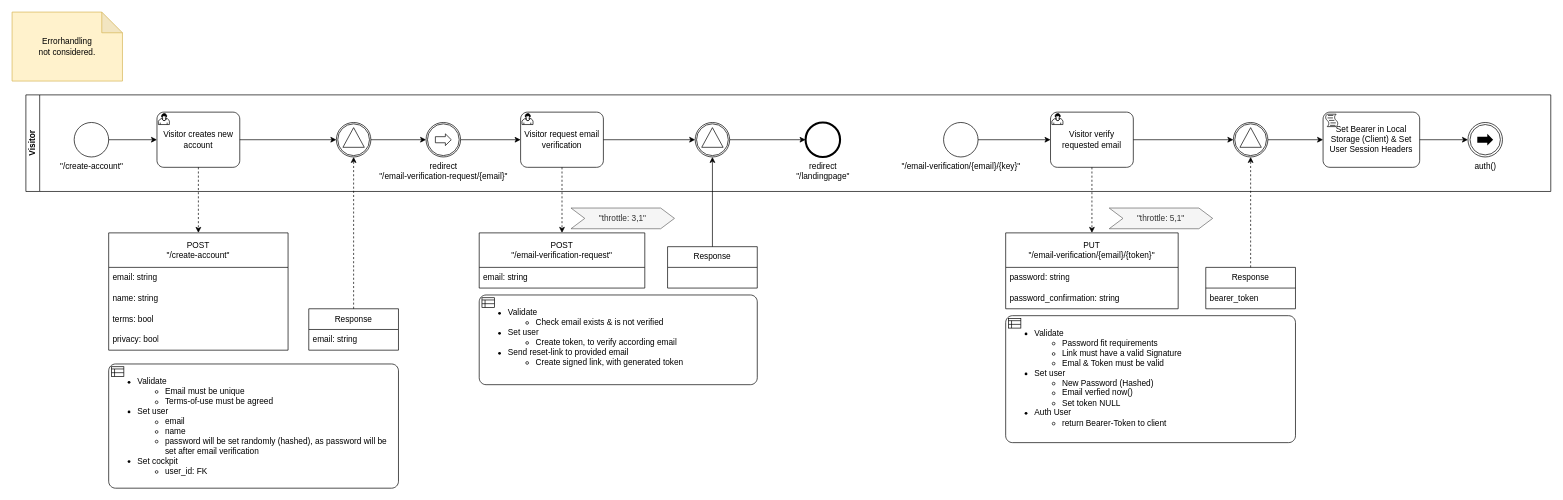
The draw.io diagram page "2 - Create Account" (4 of 7) of docs/Feature Defintions/01 - User Account Management.drawio in CarlsonBuma/app-template, before the edit. Source tidied: cells renumbered, new cells numbered last; positions are measured from the earlier drawing's top-left corner, leaving out a move shared by most shapes. Both pictures are drawn from the tidied source at 69%, with x=0, y=0 at pixel (12, 12).
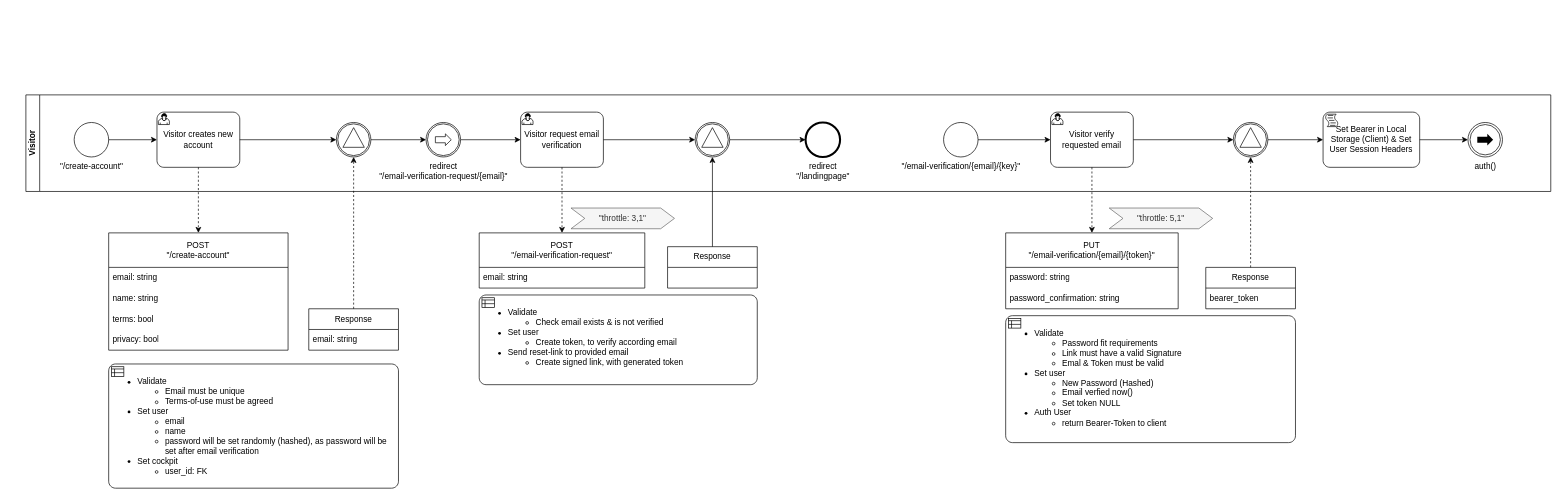
After the change.

What changed in the source:
```diff
@@
-    <mxCell id="46" value="Errorhandling&lt;br&gt;not considered." style="shape=note;whiteSpace=wrap;html=1;backgroundOutline=1;darkOpacity=0.05;fillColor=#fff2cc;strokeColor=#d6b656;" parent="1" vertex="1">
-      <mxGeometry width="160" height="100" as="geometry" />
-    </mxCell>
```
